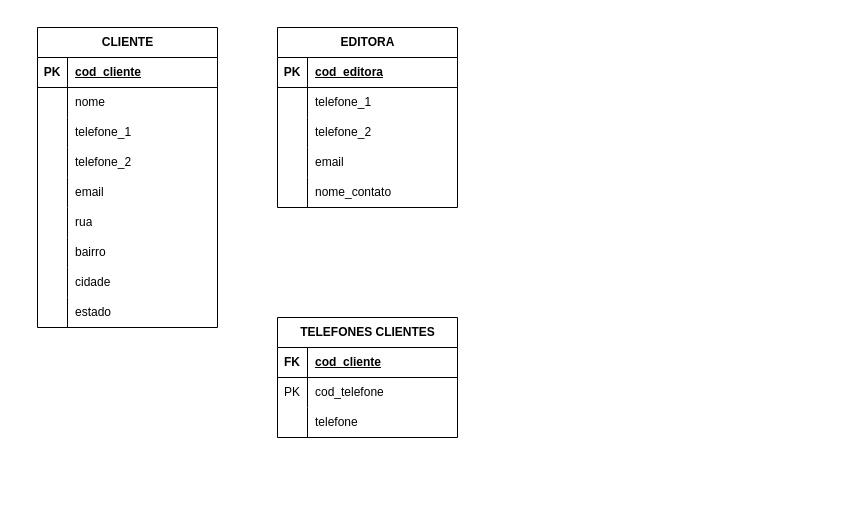
Earlier version of the draw.io diagram page "Página-3" (3 of 3) of Ativos de produção.drawio (danielpiupiu/Projetos). Source tidied: cells renumbered, new cells numbered last; positions are measured from the earlier drawing's top-left corner, leaving out a move shared by most shapes. Both pictures are drawn from the tidied source at 100%, with x=0, y=0 at pixel (37, 27).
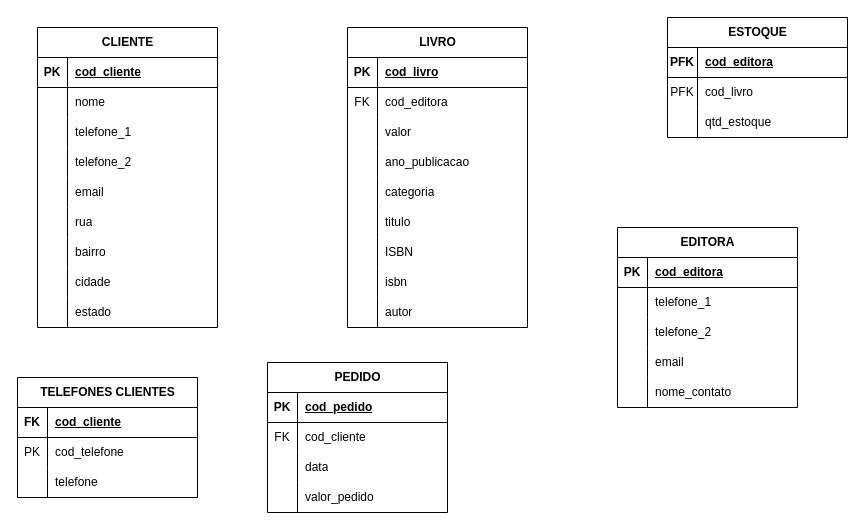
The same diagram, later.

The edit, as a diff of the source:
```diff
@@
     <mxCell id="30" value="EDITORA" style="shape=table;startSize=30;childLayout=tableLayout;rowLines=0;fontStyle=1;align=center;html=1;" parent="1" vertex="1">
-      <mxGeometry x="240" width="180" height="180" as="geometry" />
+      <mxGeometry x="580" y="200" width="180" height="180" as="geometry" />
     </mxCell>
@@
     <mxCell id="46" value="TELEFONES CLIENTES" style="shape=table;startSize=30;childLayout=tableLayout;rowLines=0;fontStyle=1;align=center;html=1;" parent="1" vertex="1">
-      <mxGeometry x="240" y="290" width="180" height="120" as="geometry" />
+      <mxGeometry x="-20" y="350" width="180" height="120" as="geometry" />
     </mxCell>
@@
+    <mxCell id="56" value="PEDIDO" style="shape=table;startSize=30;childLayout=tableLayout;rowLines=0;fontStyle=1;align=center;html=1;" parent="1" vertex="1">
+      <mxGeometry x="230" y="335" width="180" height="150" as="geometry" />
+    </mxCell>
+    <mxCell id="57" style="shape=tableRow;horizontal=0;startSize=0;swimlaneHead=0;swimlaneBody=0;fillColor=none;top=0;left=0;right=0;bottom=1;" parent="56" vertex="1">
+      <mxGeometry y="30" width="180" height="30" as="geometry" />
+    </mxCell>
+    <mxCell id="58" value="PK" style="shape=partialRectangle;fillColor=none;top=0;left=0;bottom=0;right=0;fontStyle=1;overflow=hidden;whiteSpace=wrap;html=1;" parent="57" vertex="1">
+      <mxGeometry width="30" height="30" as="geometry" />
+    </mxCell>
+    <mxCell id="59" value="cod_pedido" style="shape=partialRectangle;fillColor=none;top=0;left=0;bottom=0;right=0;align=left;spacingLeft=6;fontStyle=5;overflow=hidden;whiteSpace=wrap;html=1;" parent="57" vertex="1">
+      <mxGeometry x="30" width="150" height="30" as="geometry" />
+    </mxCell>
+    <mxCell id="60" style="shape=tableRow;horizontal=0;startSize=0;swimlaneHead=0;swimlaneBody=0;fillColor=none;top=0;left=0;right=0;bottom=0;" parent="56" vertex="1">
+      <mxGeometry y="60" width="180" height="30" as="geometry" />
+    </mxCell>
+    <mxCell id="61" value="FK" style="shape=partialRectangle;fillColor=none;top=0;left=0;bottom=0;right=0;overflow=hidden;whiteSpace=wrap;html=1;" parent="60" vertex="1">
+      <mxGeometry width="30" height="30" as="geometry" />
+    </mxCell>
+    <mxCell id="62" value="cod_cliente" style="shape=partialRectangle;fillColor=none;top=0;left=0;bottom=0;right=0;align=left;spacingLeft=6;overflow=hidden;whiteSpace=wrap;html=1;" parent="60" vertex="1">
+      <mxGeometry x="30" width="150" height="30" as="geometry" />
+    </mxCell>
+    <mxCell id="63" style="shape=tableRow;horizontal=0;startSize=0;swimlaneHead=0;swimlaneBody=0;fillColor=none;top=0;left=0;right=0;bottom=0;" parent="56" vertex="1">
+      <mxGeometry y="90" width="180" height="30" as="geometry" />
+    </mxCell>
+    <mxCell id="64" style="shape=partialRectangle;fillColor=none;top=0;left=0;bottom=0;right=0;overflow=hidden;whiteSpace=wrap;html=1;" parent="63" vertex="1">
+      <mxGeometry width="30" height="30" as="geometry" />
+    </mxCell>
+    <mxCell id="65" value="data" style="shape=partialRectangle;fillColor=none;top=0;left=0;bottom=0;right=0;align=left;spacingLeft=6;overflow=hidden;whiteSpace=wrap;html=1;" parent="63" vertex="1">
+      <mxGeometry x="30" width="150" height="30" as="geometry" />
+    </mxCell>
+    <mxCell id="66" style="shape=tableRow;horizontal=0;startSize=0;swimlaneHead=0;swimlaneBody=0;fillColor=none;top=0;left=0;right=0;bottom=0;" parent="56" vertex="1">
+      <mxGeometry y="120" width="180" height="30" as="geometry" />
+    </mxCell>
+    <mxCell id="67" style="shape=partialRectangle;fillColor=none;top=0;left=0;bottom=0;right=0;overflow=hidden;whiteSpace=wrap;html=1;" parent="66" vertex="1">
+      <mxGeometry width="30" height="30" as="geometry" />
+    </mxCell>
+    <mxCell id="68" value="valor_pedido" style="shape=partialRectangle;fillColor=none;top=0;left=0;bottom=0;right=0;align=left;spacingLeft=6;overflow=hidden;whiteSpace=wrap;html=1;" parent="66" vertex="1">
+      <mxGeometry x="30" width="150" height="30" as="geometry" />
+    </mxCell>
+    <mxCell id="69" value="LIVRO" style="shape=table;startSize=30;childLayout=tableLayout;rowLines=0;fontStyle=1;align=center;html=1;" parent="1" vertex="1">
+      <mxGeometry x="310" width="180" height="300" as="geometry" />
+    </mxCell>
+    <mxCell id="70" style="shape=tableRow;horizontal=0;startSize=0;swimlaneHead=0;swimlaneBody=0;fillColor=none;top=0;left=0;right=0;bottom=1;" parent="69" vertex="1">
+      <mxGeometry y="30" width="180" height="30" as="geometry" />
+    </mxCell>
+    <mxCell id="71" value="PK" style="shape=partialRectangle;fillColor=none;top=0;left=0;bottom=0;right=0;fontStyle=1;overflow=hidden;whiteSpace=wrap;html=1;" parent="70" vertex="1">
+      <mxGeometry width="30" height="30" as="geometry" />
+    </mxCell>
+    <mxCell id="72" value="cod_livro" style="shape=partialRectangle;fillColor=none;top=0;left=0;bottom=0;right=0;align=left;spacingLeft=6;fontStyle=5;overflow=hidden;whiteSpace=wrap;html=1;" parent="70" vertex="1">
+      <mxGeometry x="30" width="150" height="30" as="geometry" />
+    </mxCell>
+    <mxCell id="73" style="shape=tableRow;horizontal=0;startSize=0;swimlaneHead=0;swimlaneBody=0;fillColor=none;top=0;left=0;right=0;bottom=0;" parent="69" vertex="1">
+      <mxGeometry y="60" width="180" height="30" as="geometry" />
+    </mxCell>
+    <mxCell id="74" value="FK" style="shape=partialRectangle;fillColor=none;top=0;left=0;bottom=0;right=0;overflow=hidden;whiteSpace=wrap;html=1;" parent="73" vertex="1">
+      <mxGeometry width="30" height="30" as="geometry" />
+    </mxCell>
+    <mxCell id="75" value="cod_editora" style="shape=partialRectangle;fillColor=none;top=0;left=0;bottom=0;right=0;align=left;spacingLeft=6;overflow=hidden;whiteSpace=wrap;html=1;" parent="73" vertex="1">
+      <mxGeometry x="30" width="150" height="30" as="geometry" />
+    </mxCell>
+    <mxCell id="76" style="shape=tableRow;horizontal=0;startSize=0;swimlaneHead=0;swimlaneBody=0;fillColor=none;top=0;left=0;right=0;bottom=0;" parent="69" vertex="1">
+      <mxGeometry y="90" width="180" height="30" as="geometry" />
+    </mxCell>
+    <mxCell id="77" style="shape=partialRectangle;fillColor=none;top=0;left=0;bottom=0;right=0;overflow=hidden;whiteSpace=wrap;html=1;" parent="76" vertex="1">
+      <mxGeometry width="30" height="30" as="geometry" />
+    </mxCell>
+    <mxCell id="78" value="valor" style="shape=partialRectangle;fillColor=none;top=0;left=0;bottom=0;right=0;align=left;spacingLeft=6;overflow=hidden;whiteSpace=wrap;html=1;" parent="76" vertex="1">
+      <mxGeometry x="30" width="150" height="30" as="geometry" />
+    </mxCell>
+    <mxCell id="79" style="shape=tableRow;horizontal=0;startSize=0;swimlaneHead=0;swimlaneBody=0;fillColor=none;top=0;left=0;right=0;bottom=0;" parent="69" vertex="1">
+      <mxGeometry y="120" width="180" height="30" as="geometry" />
+    </mxCell>
+    <mxCell id="80" style="shape=partialRectangle;fillColor=none;top=0;left=0;bottom=0;right=0;overflow=hidden;whiteSpace=wrap;html=1;" parent="79" vertex="1">
+      <mxGeometry width="30" height="30" as="geometry" />
+    </mxCell>
+    <mxCell id="81" value="ano_publicacao" style="shape=partialRectangle;fillColor=none;top=0;left=0;bottom=0;right=0;align=left;spacingLeft=6;overflow=hidden;whiteSpace=wrap;html=1;" parent="79" vertex="1">
+      <mxGeometry x="30" width="150" height="30" as="geometry" />
+    </mxCell>
+    <mxCell id="82" style="shape=tableRow;horizontal=0;startSize=0;swimlaneHead=0;swimlaneBody=0;fillColor=none;top=0;left=0;right=0;bottom=0;" parent="69" vertex="1">
+      <mxGeometry y="150" width="180" height="30" as="geometry" />
+    </mxCell>
+    <mxCell id="83" style="shape=partialRectangle;fillColor=none;top=0;left=0;bottom=0;right=0;overflow=hidden;whiteSpace=wrap;html=1;" parent="82" vertex="1">
+      <mxGeometry width="30" height="30" as="geometry" />
+    </mxCell>
+    <mxCell id="84" value="categoria" style="shape=partialRectangle;fillColor=none;top=0;left=0;bottom=0;right=0;align=left;spacingLeft=6;overflow=hidden;whiteSpace=wrap;html=1;" parent="82" vertex="1">
+      <mxGeometry x="30" width="150" height="30" as="geometry" />
+    </mxCell>
+    <mxCell id="85" style="shape=tableRow;horizontal=0;startSize=0;swimlaneHead=0;swimlaneBody=0;fillColor=none;top=0;left=0;right=0;bottom=0;" parent="69" vertex="1">
+      <mxGeometry y="180" width="180" height="30" as="geometry" />
+    </mxCell>
+    <mxCell id="86" style="shape=partialRectangle;fillColor=none;top=0;left=0;bottom=0;right=0;overflow=hidden;whiteSpace=wrap;html=1;" parent="85" vertex="1">
+      <mxGeometry width="30" height="30" as="geometry" />
+    </mxCell>
+    <mxCell id="87" value="titulo" style="shape=partialRectangle;fillColor=none;top=0;left=0;bottom=0;right=0;align=left;spacingLeft=6;overflow=hidden;whiteSpace=wrap;html=1;" parent="85" vertex="1">
+      <mxGeometry x="30" width="150" height="30" as="geometry" />
+    </mxCell>
+    <mxCell id="88" style="shape=tableRow;horizontal=0;startSize=0;swimlaneHead=0;swimlaneBody=0;fillColor=none;top=0;left=0;right=0;bottom=0;" parent="69" vertex="1">
+      <mxGeometry y="210" width="180" height="30" as="geometry" />
+    </mxCell>
+    <mxCell id="89" style="shape=partialRectangle;fillColor=none;top=0;left=0;bottom=0;right=0;overflow=hidden;whiteSpace=wrap;html=1;" parent="88" vertex="1">
+      <mxGeometry width="30" height="30" as="geometry" />
+    </mxCell>
+    <mxCell id="90" value="ISBN" style="shape=partialRectangle;fillColor=none;top=0;left=0;bottom=0;right=0;align=left;spacingLeft=6;overflow=hidden;whiteSpace=wrap;html=1;" parent="88" vertex="1">
+      <mxGeometry x="30" width="150" height="30" as="geometry" />
+    </mxCell>
+    <mxCell id="91" style="shape=tableRow;horizontal=0;startSize=0;swimlaneHead=0;swimlaneBody=0;fillColor=none;top=0;left=0;right=0;bottom=0;" parent="69" vertex="1">
+      <mxGeometry y="240" width="180" height="30" as="geometry" />
+    </mxCell>
+    <mxCell id="92" style="shape=partialRectangle;fillColor=none;top=0;left=0;bottom=0;right=0;overflow=hidden;whiteSpace=wrap;html=1;" parent="91" vertex="1">
+      <mxGeometry width="30" height="30" as="geometry" />
+    </mxCell>
+    <mxCell id="93" value="isbn" style="shape=partialRectangle;fillColor=none;top=0;left=0;bottom=0;right=0;align=left;spacingLeft=6;overflow=hidden;whiteSpace=wrap;html=1;" parent="91" vertex="1">
+      <mxGeometry x="30" width="150" height="30" as="geometry" />
+    </mxCell>
+    <mxCell id="94" style="shape=tableRow;horizontal=0;startSize=0;swimlaneHead=0;swimlaneBody=0;fillColor=none;top=0;left=0;right=0;bottom=0;" parent="69" vertex="1">
+      <mxGeometry y="270" width="180" height="30" as="geometry" />
+    </mxCell>
+    <mxCell id="95" style="shape=partialRectangle;fillColor=none;top=0;left=0;bottom=0;right=0;overflow=hidden;whiteSpace=wrap;html=1;" parent="94" vertex="1">
+      <mxGeometry width="30" height="30" as="geometry" />
+    </mxCell>
+    <mxCell id="96" value="autor" style="shape=partialRectangle;fillColor=none;top=0;left=0;bottom=0;right=0;align=left;spacingLeft=6;overflow=hidden;whiteSpace=wrap;html=1;" parent="94" vertex="1">
+      <mxGeometry x="30" width="150" height="30" as="geometry" />
+    </mxCell>
+    <mxCell id="97" value="ESTOQUE" style="shape=table;startSize=30;childLayout=tableLayout;rowLines=0;fontStyle=1;align=center;html=1;" parent="1" vertex="1">
+      <mxGeometry x="630" y="-10" width="180" height="120" as="geometry" />
+    </mxCell>
+    <mxCell id="98" style="shape=tableRow;horizontal=0;startSize=0;swimlaneHead=0;swimlaneBody=0;fillColor=none;top=0;left=0;right=0;bottom=1;" parent="97" vertex="1">
+      <mxGeometry y="30" width="180" height="30" as="geometry" />
+    </mxCell>
+    <mxCell id="99" value="PFK" style="shape=partialRectangle;fillColor=none;top=0;left=0;bottom=0;right=0;fontStyle=1;overflow=hidden;whiteSpace=wrap;html=1;" parent="98" vertex="1">
+      <mxGeometry width="30" height="30" as="geometry" />
+    </mxCell>
+    <mxCell id="100" value="cod_editora" style="shape=partialRectangle;fillColor=none;top=0;left=0;bottom=0;right=0;align=left;spacingLeft=6;fontStyle=5;overflow=hidden;whiteSpace=wrap;html=1;" parent="98" vertex="1">
+      <mxGeometry x="30" width="150" height="30" as="geometry" />
+    </mxCell>
+    <mxCell id="101" style="shape=tableRow;horizontal=0;startSize=0;swimlaneHead=0;swimlaneBody=0;fillColor=none;top=0;left=0;right=0;bottom=0;" parent="97" vertex="1">
+      <mxGeometry y="60" width="180" height="30" as="geometry" />
+    </mxCell>
+    <mxCell id="102" value="PFK" style="shape=partialRectangle;fillColor=none;top=0;left=0;bottom=0;right=0;overflow=hidden;whiteSpace=wrap;html=1;" parent="101" vertex="1">
+      <mxGeometry width="30" height="30" as="geometry" />
+    </mxCell>
+    <mxCell id="103" value="cod_livro" style="shape=partialRectangle;fillColor=none;top=0;left=0;bottom=0;right=0;align=left;spacingLeft=6;overflow=hidden;whiteSpace=wrap;html=1;" parent="101" vertex="1">
+      <mxGeometry x="30" width="150" height="30" as="geometry" />
+    </mxCell>
+    <mxCell id="104" style="shape=tableRow;horizontal=0;startSize=0;swimlaneHead=0;swimlaneBody=0;fillColor=none;top=0;left=0;right=0;bottom=0;" parent="97" vertex="1">
+      <mxGeometry y="90" width="180" height="30" as="geometry" />
+    </mxCell>
+    <mxCell id="105" style="shape=partialRectangle;fillColor=none;top=0;left=0;bottom=0;right=0;overflow=hidden;whiteSpace=wrap;html=1;" parent="104" vertex="1">
+      <mxGeometry width="30" height="30" as="geometry" />
+    </mxCell>
+    <mxCell id="106" value="qtd_estoque" style="shape=partialRectangle;fillColor=none;top=0;left=0;bottom=0;right=0;align=left;spacingLeft=6;overflow=hidden;whiteSpace=wrap;html=1;" parent="104" vertex="1">
+      <mxGeometry x="30" width="150" height="30" as="geometry" />
+    </mxCell>
```
